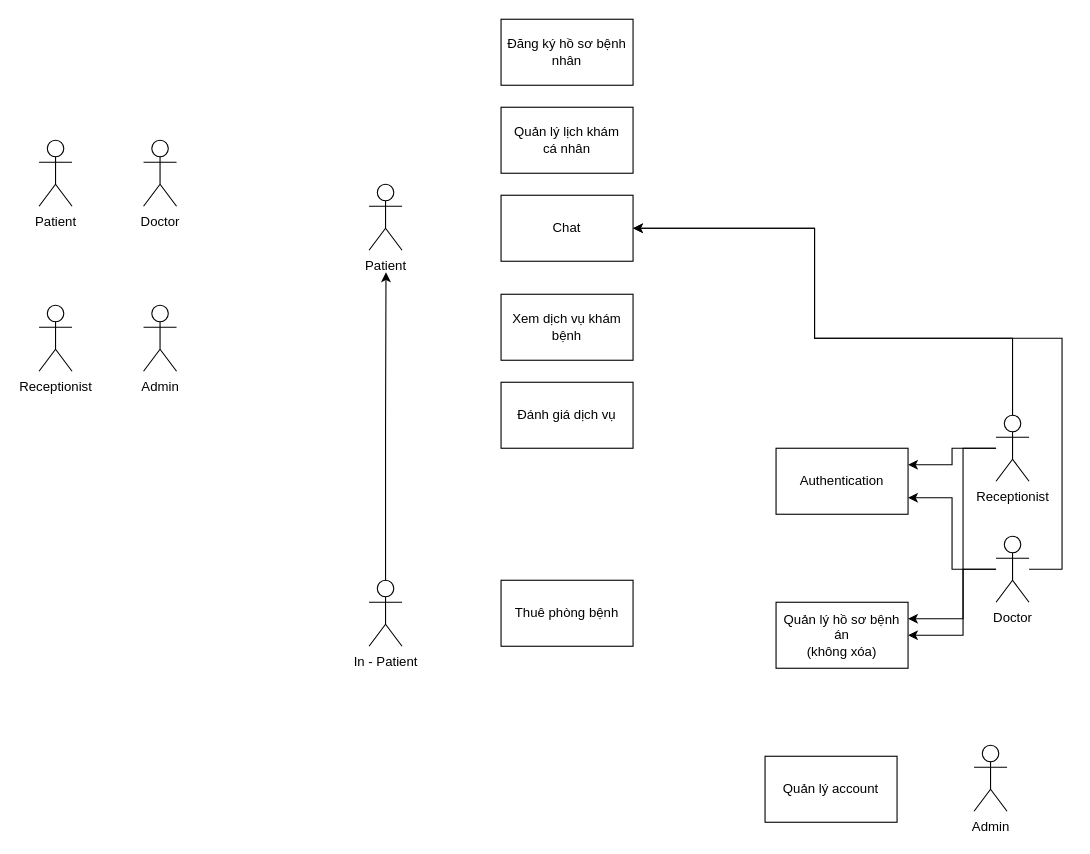
Earlier version of the draw.io diagram page "Page-1" (1 of 2) of Diagram/Hanu Hospital.drawio (hoanghieu2000a/HANU_Hospital). Source tidied: cells renumbered, new cells numbered last; positions are measured from the earlier drawing's top-left corner, leaving out a move shared by most shapes. Both pictures are drawn from the tidied source at 110%, with x=0, y=0 at pixel (38, 19).
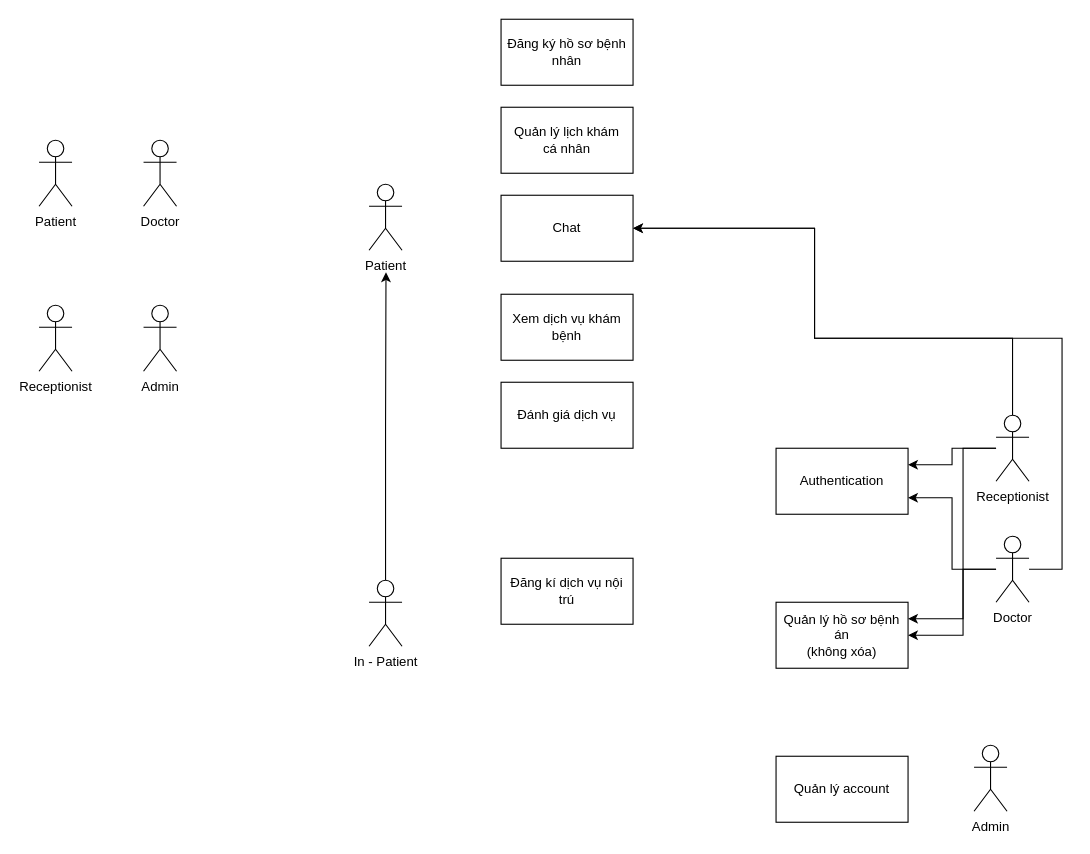
The same diagram, later.

Change to the diagram source:
```diff
@@
-    <mxCell id="21" value="Thuê phòng bệnh" style="rounded=0;whiteSpace=wrap;html=1;" parent="1" vertex="1">
-      <mxGeometry x="420" y="510" width="120" height="60" as="geometry" />
-    </mxCell>
@@
     <mxCell id="26" value="Quản lý account" style="rounded=0;whiteSpace=wrap;html=1;" parent="1" vertex="1">
-      <mxGeometry x="660" y="670" width="120" height="60" as="geometry" />
+      <mxGeometry x="670" y="670" width="120" height="60" as="geometry" />
     </mxCell>
+    <mxCell id="27" value="Đăng kí dịch vụ nội trú" style="rounded=0;whiteSpace=wrap;html=1;" parent="1" vertex="1">
+      <mxGeometry x="420" y="490" width="120" height="60" as="geometry" />
+    </mxCell>
```
